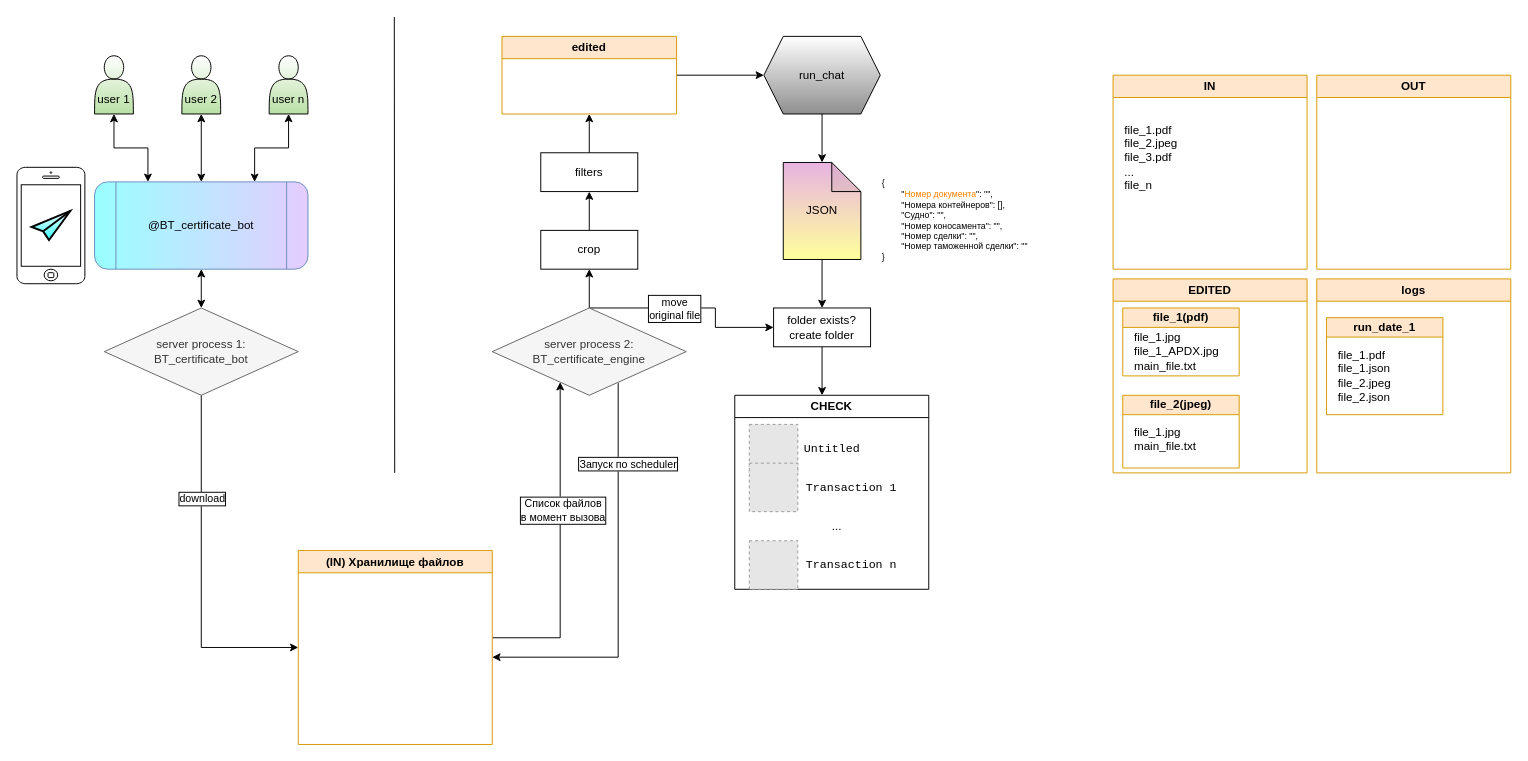
This is SCHEMAS/certificate_bot.drawio from maxfil333/shared, a draw.io file, before an edit. Source tidied: cells renumbered, new cells numbered last; positions are measured from the earlier drawing's top-left corner, leaving out a move shared by most shapes. Both pictures are drawn from the tidied source at 97%, with x=0, y=0 at pixel (16, 16). Pictures stored in the file or linked from it are replaced by grey dashed boxes.
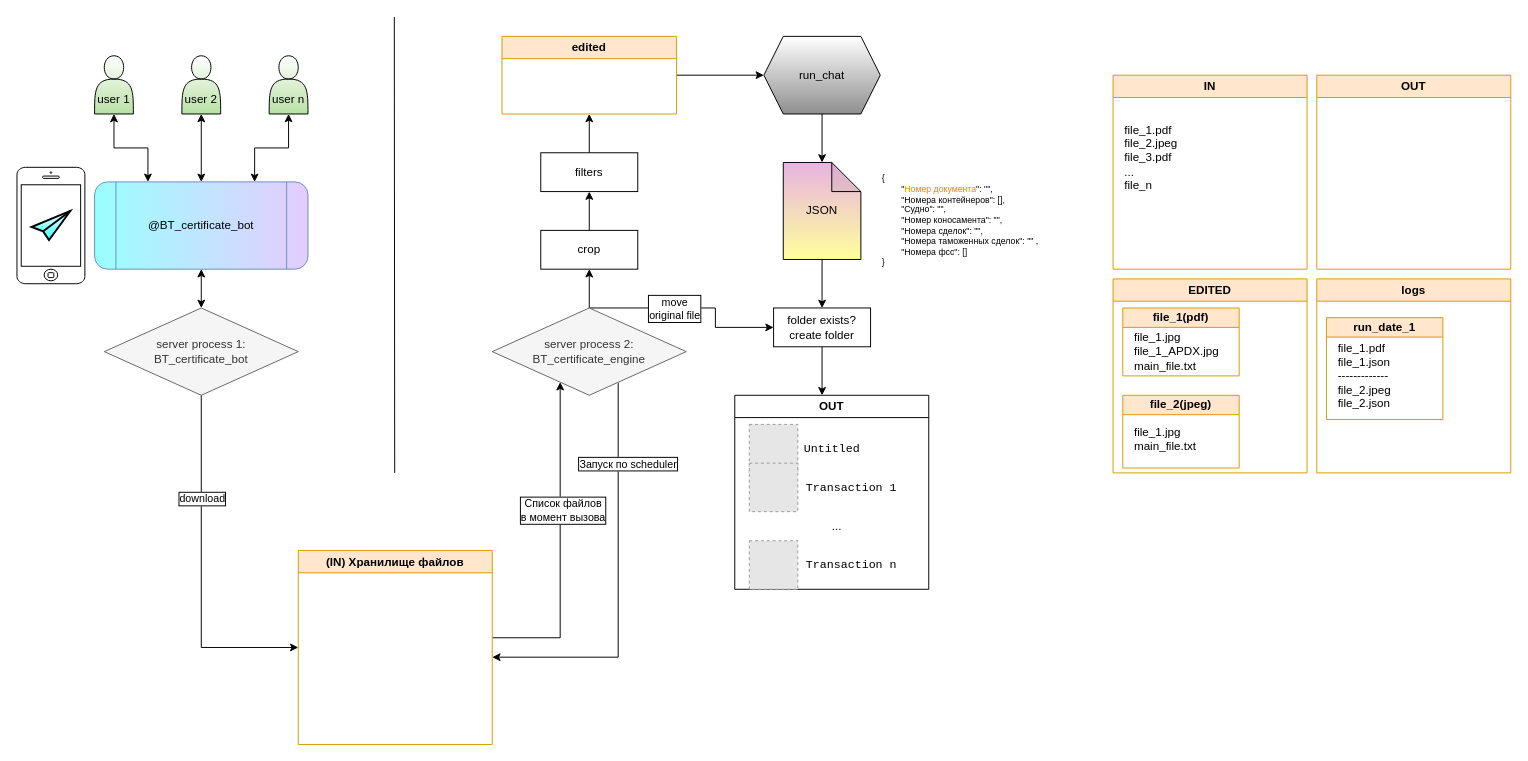
After the change.

Change to the diagram source:
```diff
@@
-    <mxCell id="33" value="&lt;div style=&quot;font-size: 9px;&quot;&gt;&lt;font style=&quot;font-size: 9px;&quot;&gt;{&lt;/font&gt;&lt;/div&gt;&lt;div style=&quot;font-size: 9px;&quot;&gt;&lt;span style=&quot;white-space-collapse: collapse;&quot;&gt;&lt;font style=&quot;font-size: 9px;&quot;&gt;&lt;span style=&quot;white-space-collapse: preserve;&quot;&gt;&#9;&lt;/span&gt;&quot;&lt;font color=&quot;#ff8000&quot;&gt;Номер документа&lt;/font&gt;&quot;: &quot;&quot;,&lt;/font&gt;&lt;/span&gt;&lt;/div&gt;&lt;div style=&quot;font-size: 9px;&quot;&gt;&lt;span style=&quot;white-space-collapse: collapse;&quot;&gt;&lt;font style=&quot;font-size: 9px;&quot;&gt;&lt;span style=&quot;white-space-collapse: preserve;&quot;&gt;&#9;&lt;/span&gt;&quot;Номера контейнеров&quot;: [],&lt;/font&gt;&lt;/span&gt;&lt;/div&gt;&lt;div style=&quot;font-size: 9px;&quot;&gt;&lt;span style=&quot;white-space-collapse: collapse;&quot;&gt;&lt;font style=&quot;font-size: 9px;&quot;&gt;&lt;span style=&quot;white-space-collapse: preserve;&quot;&gt;&#9;&lt;/span&gt;&quot;Судно&quot;: &quot;&quot;,&lt;/font&gt;&lt;/span&gt;&lt;/div&gt;&lt;div style=&quot;font-size: 9px;&quot;&gt;&lt;span style=&quot;white-space-collapse: collapse;&quot;&gt;&lt;font style=&quot;font-size: 9px;&quot;&gt;&lt;span style=&quot;white-space-collapse: preserve;&quot;&gt;&#9;&lt;/span&gt;&quot;Номер коносамента&quot;: &quot;&quot;,&lt;/font&gt;&lt;/span&gt;&lt;/div&gt;&lt;div style=&quot;font-size: 9px;&quot;&gt;&lt;span style=&quot;white-space-collapse: collapse;&quot;&gt;&lt;font style=&quot;font-size: 9px;&quot;&gt;&lt;span style=&quot;white-space-collapse: preserve;&quot;&gt;&#9;&lt;/span&gt;&quot;Номер сделки&quot;: &quot;&quot;,&lt;/font&gt;&lt;/span&gt;&lt;/div&gt;&lt;div style=&quot;font-size: 9px;&quot;&gt;&lt;span style=&quot;white-space-collapse: collapse;&quot;&gt;&lt;font style=&quot;font-size: 9px;&quot;&gt;&lt;span style=&quot;white-space-collapse: preserve;&quot;&gt;&#9;&lt;/span&gt;&quot;Номер таможенной сделки&quot;: &quot;&quot;&lt;/font&gt;&lt;/span&gt;&lt;/div&gt;&lt;div style=&quot;font-size: 9px;&quot;&gt;&lt;font style=&quot;font-size: 9px;&quot;&gt;}&lt;/font&gt;&lt;/div&gt;" style="text;html=1;align=left;verticalAlign=middle;strokeColor=none;fillColor=none;glass=0;rounded=0;" parent="1" vertex="1">
-      <mxGeometry x="890" y="160" width="170" height="100" as="geometry" />
+    <mxCell id="33" value="&lt;div style=&quot;font-size: 9px;&quot;&gt;&lt;font style=&quot;font-size: 9px;&quot;&gt;{&lt;/font&gt;&lt;/div&gt;&lt;div style=&quot;font-size: 9px;&quot;&gt;&lt;span style=&quot;white-space-collapse: collapse;&quot;&gt;&lt;font style=&quot;font-size: 9px;&quot;&gt;&lt;span style=&quot;white-space-collapse: preserve;&quot;&gt;&#9;&lt;/span&gt;&quot;&lt;font color=&quot;#ff8000&quot;&gt;Номер документа&lt;/font&gt;&quot;: &quot;&quot;,&lt;/font&gt;&lt;/span&gt;&lt;/div&gt;&lt;div style=&quot;font-size: 9px;&quot;&gt;&lt;span style=&quot;white-space-collapse: collapse;&quot;&gt;&lt;font style=&quot;font-size: 9px;&quot;&gt;&lt;span style=&quot;white-space-collapse: preserve;&quot;&gt;&#9;&lt;/span&gt;&quot;Номера контейнеров&quot;: [],&lt;/font&gt;&lt;/span&gt;&lt;/div&gt;&lt;div style=&quot;font-size: 9px;&quot;&gt;&lt;span style=&quot;white-space-collapse: collapse;&quot;&gt;&lt;font style=&quot;font-size: 9px;&quot;&gt;&lt;span style=&quot;white-space-collapse: preserve;&quot;&gt;&#9;&lt;/span&gt;&quot;Судно&quot;: &quot;&quot;,&lt;/font&gt;&lt;/span&gt;&lt;/div&gt;&lt;div style=&quot;font-size: 9px;&quot;&gt;&lt;span style=&quot;white-space-collapse: collapse;&quot;&gt;&lt;font style=&quot;font-size: 9px;&quot;&gt;&lt;span style=&quot;white-space-collapse: preserve;&quot;&gt;&#9;&lt;/span&gt;&quot;Номер коносамента&quot;: &quot;&quot;,&lt;/font&gt;&lt;/span&gt;&lt;/div&gt;&lt;div style=&quot;font-size: 9px;&quot;&gt;&lt;span style=&quot;white-space-collapse: collapse;&quot;&gt;&lt;font style=&quot;font-size: 9px;&quot;&gt;&lt;span style=&quot;white-space-collapse: preserve;&quot;&gt;&#9;&lt;/span&gt;&quot;Номера сделок&quot;: &quot;&quot;,&lt;/font&gt;&lt;/span&gt;&lt;/div&gt;&lt;div style=&quot;font-size: 9px;&quot;&gt;&lt;span style=&quot;white-space-collapse: collapse;&quot;&gt;&lt;font style=&quot;font-size: 9px;&quot;&gt;&lt;span style=&quot;white-space-collapse: preserve;&quot;&gt;&#9;&lt;/span&gt;&quot;Номера таможенных сделок&quot;: &quot;&quot; ,&lt;/font&gt;&lt;/span&gt;&lt;/div&gt;&lt;div style=&quot;font-size: 9px;&quot;&gt;&lt;span style=&quot;white-space-collapse: collapse;&quot;&gt;&lt;font style=&quot;font-size: 9px;&quot;&gt;&lt;span style=&quot;white-space: pre;&quot;&gt;&#9;&lt;/span&gt;&quot;Номера фсс&quot;: []&lt;/font&gt;&lt;/span&gt;&lt;/div&gt;&lt;div style=&quot;font-size: 9px;&quot;&gt;&lt;font style=&quot;font-size: 9px;&quot;&gt;}&lt;/font&gt;&lt;/div&gt;" style="text;html=1;align=left;verticalAlign=middle;strokeColor=none;fillColor=none;glass=0;rounded=0;" parent="1" vertex="1">
+      <mxGeometry x="890" y="155" width="180" height="110" as="geometry" />
     </mxCell>
@@
-    <mxCell id="37" value="CHECK" style="swimlane;whiteSpace=wrap;html=1;" parent="1" vertex="1">
+    <mxCell id="37" value="OUT" style="swimlane;whiteSpace=wrap;html=1;" parent="1" vertex="1">
       <mxGeometry x="740" y="390" width="200" height="200" as="geometry" />
     </mxCell>
@@
     <mxCell id="55" value="run_date_1" style="swimlane;whiteSpace=wrap;html=1;fillColor=#ffe6cc;strokeColor=#d79b00;startSize=20;" parent="1" vertex="1">
-      <mxGeometry x="1350" y="310" width="120" height="100" as="geometry" />
+      <mxGeometry x="1350" y="310" width="120" height="105" as="geometry" />
     </mxCell>
-    <mxCell id="56" value="file_1.pdf&lt;div&gt;file_1.json&lt;/div&gt;&lt;div&gt;file_2.jpeg&lt;/div&gt;&lt;div&gt;file_2.json&lt;/div&gt;" style="text;html=1;align=left;verticalAlign=middle;strokeColor=none;fillColor=none;" parent="55" vertex="1">
-      <mxGeometry x="10" y="25" width="80" height="70" as="geometry" />
+    <mxCell id="56" value="file_1.pdf&lt;div&gt;file_1.json&lt;/div&gt;&lt;div&gt;-------------&lt;/div&gt;&lt;div&gt;file_2.jpeg&lt;/div&gt;&lt;div&gt;file_2.json&lt;/div&gt;" style="text;html=1;align=left;verticalAlign=middle;strokeColor=none;fillColor=none;" parent="55" vertex="1">
+      <mxGeometry x="10" y="15" width="80" height="90" as="geometry" />
     </mxCell>
```
